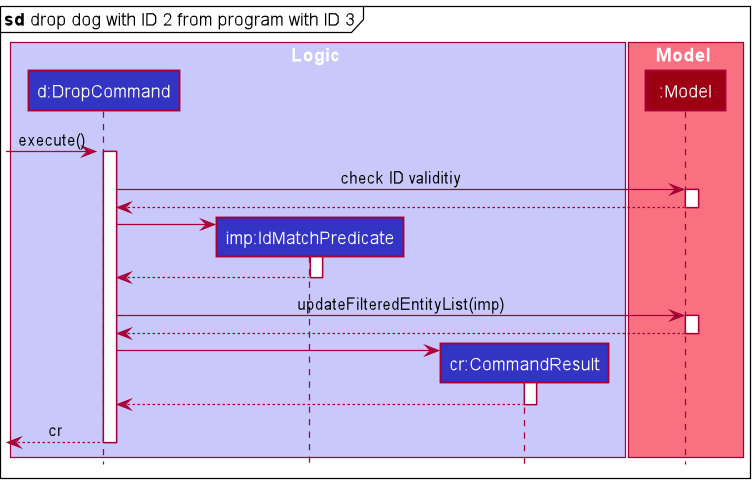
Above: docs/images/DropSequenceDiagramSpecific.png in nus-cs2103-AY2021S2/tp (PlantUML), before the change.
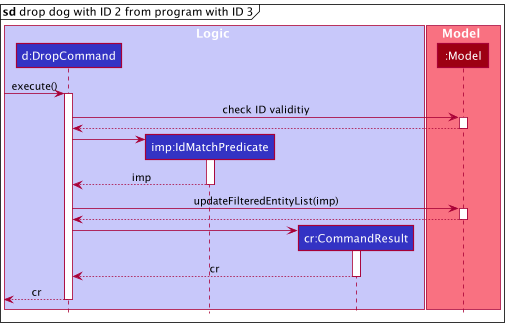
After the change.

Commit message:
Update drop and enrol seq diagrams

Diff of the diagram source:
```diff
@@ -1,7 +1,5 @@
 @startuml
 !include style.puml
-
-autoactivate on
 
 box Logic LOGIC_COLOR_T1
 
@@ -28,7 +26,7 @@
 create IdMatchPredicate
 DropCommand -> IdMatchPredicate
 activate IdMatchPredicate
-IdMatchPredicate --> DropCommand
+IdMatchPredicate --> DropCommand : imp
 deactivate IdMatchPredicate
 
 DropCommand -> Model : updateFilteredEntityList(imp)
@@ -39,7 +37,7 @@
 create CommandResult
 DropCommand -> CommandResult
 activate CommandResult
-CommandResult --> DropCommand
+CommandResult --> DropCommand : cr
 deactivate CommandResult
 
 [<-- DropCommand : cr
```
